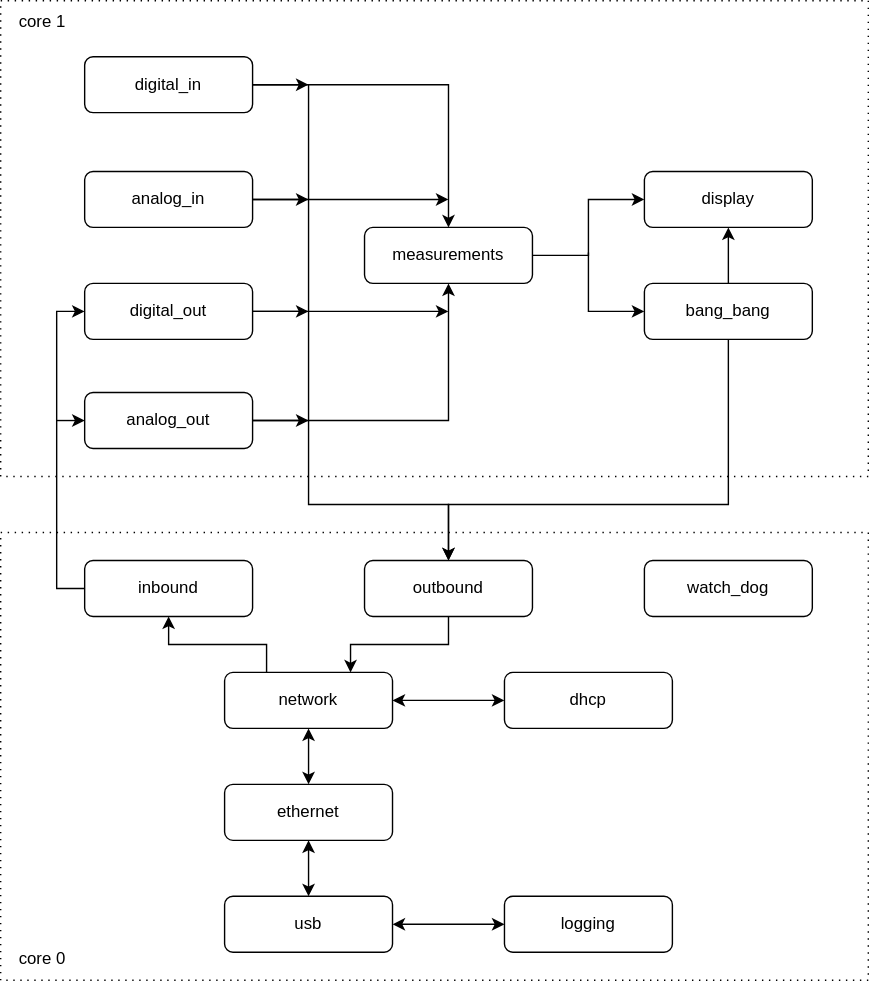
Above: assets/tasks.svg in peterilberg/pico-rio (draw.io), before the change. Source tidied: cells renumbered, new cells last; positions are measured from the earlier drawing's top-left corner, leaving out a move shared by most shapes.
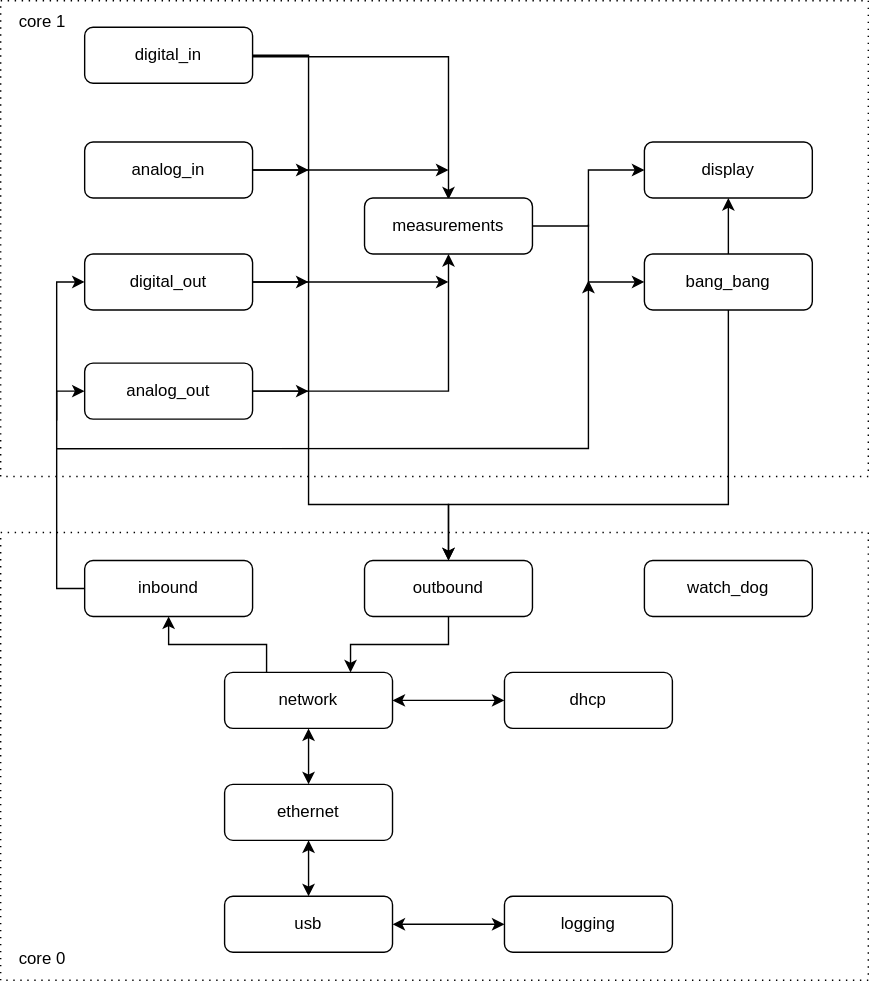
Later version of the same file.

Commit message:
Update README and task diagram.

What changed in the source:
```diff
@@ -8,55 +8,52 @@
     <mxCell id="3" style="whiteSpace=wrap;html=1;dashed=1;dashPattern=1 4;" parent="1" vertex="1">
       <mxGeometry y="380" width="620" height="320" as="geometry" />
     </mxCell>
-    <mxCell id="4" style="edgeStyle=orthogonalEdgeStyle;rounded=0;jettySize=auto;html=1;exitX=1;exitY=0.5;exitDx=0;exitDy=0;entryX=0.5;entryY=0;entryDx=0;entryDy=0;" parent="1" edge="1" source="7" target="20">
-      <mxGeometry relative="1" as="geometry" />
+    <mxCell id="4" style="edgeStyle=orthogonalEdgeStyle;rounded=0;orthogonalLoop=1;jettySize=auto;html=1;exitX=1;exitY=0.5;exitDx=0;exitDy=0;entryX=0.5;entryY=0;entryDx=0;entryDy=0;" parent="1" edge="1">
+      <mxGeometry relative="1" as="geometry">
+        <mxPoint x="180" y="40" as="sourcePoint" />
+        <mxPoint x="320" y="142" as="targetPoint" />
+      </mxGeometry>
     </mxCell>
-    <mxCell id="5" style="edgeStyle=orthogonalEdgeStyle;rounded=0;jettySize=auto;html=1;entryX=0.5;entryY=0;entryDx=0;entryDy=0;" parent="1" edge="1" target="28">
+    <mxCell id="5" style="edgeStyle=orthogonalEdgeStyle;rounded=0;jettySize=auto;html=1;entryX=0.5;entryY=0;entryDx=0;entryDy=0;exitX=1;exitY=0.5;exitDx=0;exitDy=0;" parent="1" edge="1" source="7" target="28">
       <mxGeometry relative="1" as="geometry">
-        <mxPoint x="220" y="60" as="sourcePoint" />
         <Array as="points">
-          <mxPoint x="220" y="60" />
+          <mxPoint x="220" y="39" />
           <mxPoint x="220" y="360" />
           <mxPoint x="320" y="360" />
         </Array>
       </mxGeometry>
     </mxCell>
-    <mxCell id="6" style="edgeStyle=orthogonalEdgeStyle;rounded=0;jettySize=auto;html=1;exitX=1;exitY=0.5;exitDx=0;exitDy=0;" parent="1" edge="1" source="7">
-      <mxGeometry relative="1" as="geometry">
-        <mxPoint x="220" y="60" as="targetPoint" />
-      </mxGeometry>
-    </mxCell>
     <mxCell id="7" value="digital_in" style="rounded=1;whiteSpace=wrap;html=1;" parent="1" vertex="1">
-      <mxGeometry x="60" y="40" width="120" height="40" as="geometry" />
+      <mxGeometry x="60" y="19" width="120" height="40" as="geometry" />
     </mxCell>
     <mxCell id="8" style="edgeStyle=orthogonalEdgeStyle;rounded=0;orthogonalLoop=1;jettySize=auto;html=1;exitX=0.5;exitY=1;exitDx=0;exitDy=0;" parent="1" edge="1" source="7" target="7">
       <mxGeometry relative="1" as="geometry" />
     </mxCell>
-    <mxCell id="9" style="edgeStyle=orthogonalEdgeStyle;rounded=0;jettySize=auto;html=1;exitX=1;exitY=0.5;exitDx=0;exitDy=0;" parent="1" edge="1" source="11">
-      <mxGeometry relative="1" as="geometry">
-        <mxPoint x="320" y="222" as="targetPoint" />
-      </mxGeometry>
-    </mxCell>
     <mxCell id="10" style="edgeStyle=orthogonalEdgeStyle;rounded=0;jettySize=auto;html=1;exitX=1;exitY=0.5;exitDx=0;exitDy=0;" parent="1" edge="1" source="11">
       <mxGeometry relative="1" as="geometry">
-        <mxPoint x="220" y="222" as="targetPoint" />
+        <mxPoint x="220" y="201" as="targetPoint" />
       </mxGeometry>
     </mxCell>
+    <mxCell id="43" style="edgeStyle=orthogonalEdgeStyle;rounded=0;jettySize=auto;html=1;exitX=1;exitY=0.5;exitDx=0;exitDy=0;" parent="1" edge="1" source="11">
+      <mxGeometry relative="1" as="geometry">
+        <mxPoint x="320" y="201" as="targetPoint" />
+      </mxGeometry>
+    </mxCell>
     <mxCell id="11" value="digital_out" style="rounded=1;whiteSpace=wrap;html=1;" parent="1" vertex="1">
-      <mxGeometry x="60" y="202" width="120" height="40" as="geometry" />
+      <mxGeometry x="60" y="181" width="120" height="40" as="geometry" />
     </mxCell>
-    <mxCell id="12" style="edgeStyle=orthogonalEdgeStyle;rounded=0;jettySize=auto;html=1;exitX=1;exitY=0.5;exitDx=0;exitDy=0;" parent="1" edge="1" source="14">
-      <mxGeometry relative="1" as="geometry">
-        <mxPoint x="220" y="142" as="targetPoint" />
-      </mxGeometry>
-    </mxCell>
-    <mxCell id="13" style="edgeStyle=orthogonalEdgeStyle;rounded=0;jettySize=auto;html=1;exitX=1;exitY=0.5;exitDx=0;exitDy=0;" parent="1" edge="1" source="14">
-      <mxGeometry relative="1" as="geometry">
-        <mxPoint x="320" y="142" as="targetPoint" />
-      </mxGeometry>
-    </mxCell>
+    <mxCell id="44" style="edgeStyle=orthogonalEdgeStyle;rounded=0;jettySize=auto;html=1;exitX=1;exitY=0.5;exitDx=0;exitDy=0;" parent="1" edge="1" source="14">
+      <mxGeometry relative="1" as="geometry">
+        <mxPoint x="220" y="121" as="targetPoint" />
+      </mxGeometry>
+    </mxCell>
+    <mxCell id="45" style="edgeStyle=orthogonalEdgeStyle;rounded=0;jettySize=auto;html=1;exitX=1;exitY=0.5;exitDx=0;exitDy=0;" parent="1" edge="1" source="14">
+      <mxGeometry relative="1" as="geometry">
+        <mxPoint x="320" y="121" as="targetPoint" />
+      </mxGeometry>
+    </mxCell>
     <mxCell id="14" value="analog_in" style="rounded=1;whiteSpace=wrap;html=1;" parent="1" vertex="1">
-      <mxGeometry x="60" y="122" width="120" height="40" as="geometry" />
+      <mxGeometry x="60" y="101" width="120" height="40" as="geometry" />
     </mxCell>
     <mxCell id="15" style="edgeStyle=orthogonalEdgeStyle;rounded=0;jettySize=auto;html=1;exitX=0;exitY=0.5;exitDx=0;exitDy=0;startArrow=classic;startFill=1;endArrow=none;endFill=0;" parent="1" edge="1" source="18">
       <mxGeometry relative="1" as="geometry">
@@ -68,24 +65,24 @@
     </mxCell>
     <mxCell id="17" style="edgeStyle=orthogonalEdgeStyle;rounded=0;jettySize=auto;html=1;exitX=1;exitY=0.5;exitDx=0;exitDy=0;" parent="1" edge="1" source="18">
       <mxGeometry relative="1" as="geometry">
-        <mxPoint x="220" y="300" as="targetPoint" />
+        <mxPoint x="220" y="279" as="targetPoint" />
       </mxGeometry>
     </mxCell>
     <mxCell id="18" value="analog_out" style="rounded=1;whiteSpace=wrap;html=1;" parent="1" vertex="1">
-      <mxGeometry x="60" y="280" width="120" height="40" as="geometry" />
+      <mxGeometry x="60" y="259" width="120" height="40" as="geometry" />
     </mxCell>
     <mxCell id="19" style="edgeStyle=orthogonalEdgeStyle;rounded=0;jettySize=auto;html=1;exitX=1;exitY=0.5;exitDx=0;exitDy=0;entryX=0;entryY=0.5;entryDx=0;entryDy=0;" parent="1" edge="1" source="20" target="21">
       <mxGeometry relative="1" as="geometry" />
     </mxCell>
     <mxCell id="20" value="measurements" style="rounded=1;whiteSpace=wrap;html=1;" parent="1" vertex="1">
-      <mxGeometry x="260" y="162" width="120" height="40" as="geometry" />
+      <mxGeometry x="260" y="141" width="120" height="40" as="geometry" />
     </mxCell>
     <mxCell id="21" value="display" style="rounded=1;whiteSpace=wrap;html=1;" parent="1" vertex="1">
-      <mxGeometry x="460" y="122" width="120" height="40" as="geometry" />
+      <mxGeometry x="460" y="101" width="120" height="40" as="geometry" />
     </mxCell>
     <mxCell id="22" style="edgeStyle=orthogonalEdgeStyle;rounded=0;jettySize=auto;html=1;exitX=0;exitY=0.5;exitDx=0;exitDy=0;startArrow=classic;startFill=1;endArrow=none;endFill=0;" parent="1" edge="1" source="25">
       <mxGeometry relative="1" as="geometry">
-        <mxPoint x="420" y="180" as="targetPoint" />
+        <mxPoint x="420" y="160" as="targetPoint" />
       </mxGeometry>
     </mxCell>
     <mxCell id="23" style="edgeStyle=orthogonalEdgeStyle;rounded=0;jettySize=auto;html=1;exitX=0.5;exitY=1;exitDx=0;exitDy=0;entryX=0.5;entryY=0;entryDx=0;entryDy=0;" parent="1" edge="1" source="25" target="28">
@@ -100,7 +97,7 @@
       <mxGeometry relative="1" as="geometry" />
     </mxCell>
     <mxCell id="25" value="bang_bang" style="rounded=1;whiteSpace=wrap;html=1;" parent="1" vertex="1">
-      <mxGeometry x="460" y="202" width="120" height="40" as="geometry" />
+      <mxGeometry x="460" y="181" width="120" height="40" as="geometry" />
     </mxCell>
     <mxCell id="26" style="edgeStyle=orthogonalEdgeStyle;rounded=0;jettySize=auto;html=1;exitX=0;exitY=0.5;exitDx=0;exitDy=0;entryX=0;entryY=0.5;entryDx=0;entryDy=0;" parent="1" edge="1" source="27" target="11">
       <mxGeometry relative="1" as="geometry" />
@@ -153,5 +150,14 @@
     <mxCell id="42" value="core 1" style="text;html=1;whiteSpace=wrap;strokeColor=none;fillColor=none;align=center;verticalAlign=middle;rounded=0;" parent="1" vertex="1">
       <mxGeometry width="60" height="30" as="geometry" />
     </mxCell>
+    <mxCell id="46" style="endArrow=classic;html=1;rounded=0;exitX=0.548;exitY=0.971;exitDx=0;exitDy=0;exitPerimeter=0;" parent="1" edge="1">
+      <mxGeometry relative="1" as="geometry">
+        <mxPoint x="40" y="320.1" as="sourcePoint" />
+        <mxPoint x="420" y="200" as="targetPoint" />
+        <Array as="points">
+          <mxPoint x="420" y="320" />
+        </Array>
+      </mxGeometry>
+    </mxCell>
   </root>
 </mxGraphModel>
```
